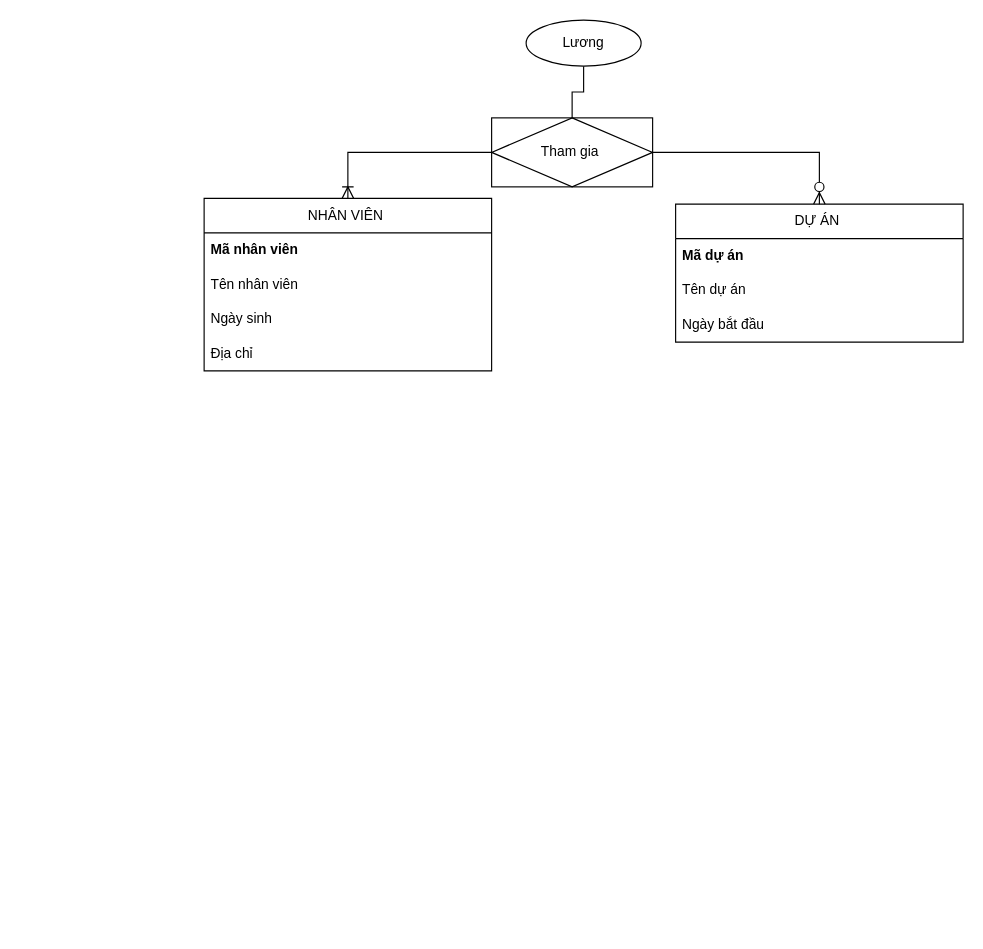
LONGDKZdev/Flowchart keeps this draw.io diagram as page "Bài 1" (1 of 4) of CSDL_IT5_ITB104_Võ_Huy_Long.drawio. Above is the earlier version. Source tidied: cells renumbered, new cells numbered last; positions are measured from the earlier drawing's top-left corner, leaving out a move shared by most shapes. Both pictures are drawn from the tidied source at 115%, with x=0, y=0 at pixel (204, 20).
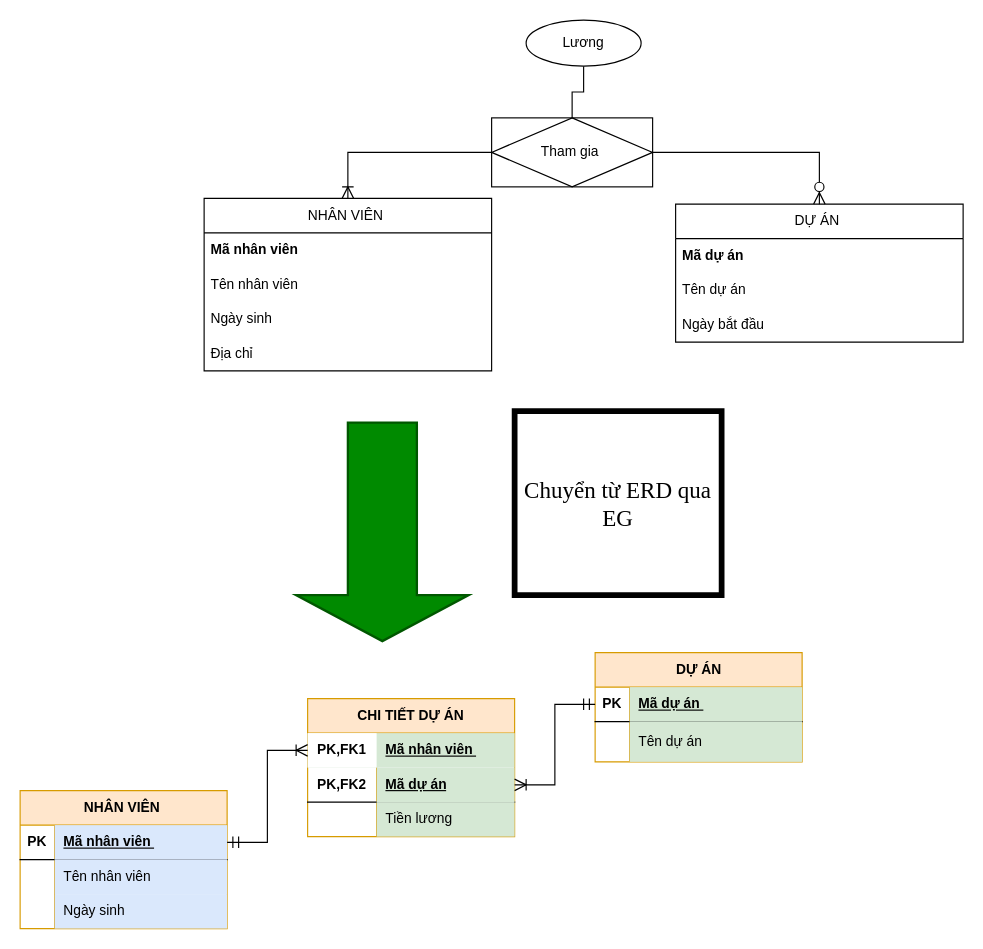
The same page after the edit.

Diff of the diagram source:
```diff
@@
+    <mxCell id="17" value="NHÂN VIÊN&amp;nbsp;" style="shape=table;startSize=30;childLayout=tableLayout;rowLines=0;fontStyle=1;align=center;html=1;fillColor=#ffe6cc;strokeColor=#d79b00;" parent="1" vertex="1">
+      <mxGeometry x="-160" y="670" width="180" height="120" as="geometry" />
+    </mxCell>
+    <mxCell id="18" style="shape=tableRow;horizontal=0;startSize=0;swimlaneHead=0;swimlaneBody=0;fillColor=none;points=[[0,0.5],[1,0.5]];portConstraint=eastwest;top=0;left=0;right=0;bottom=1;" parent="17" vertex="1">
+      <mxGeometry y="30" width="180" height="30" as="geometry" />
+    </mxCell>
+    <mxCell id="19" value="PK" style="shape=partialRectangle;fillColor=none;top=0;left=0;bottom=0;right=0;fontStyle=1;overflow=hidden;whiteSpace=wrap;html=1;" parent="18" vertex="1">
+      <mxGeometry width="30" height="30" as="geometry" />
+    </mxCell>
+    <mxCell id="20" value="Mã nhân viên&amp;nbsp;" style="shape=partialRectangle;fillColor=#dae8fc;top=0;left=0;bottom=0;right=0;align=left;spacingLeft=6;fontStyle=5;overflow=hidden;whiteSpace=wrap;html=1;strokeColor=#6c8ebf;" parent="18" vertex="1">
+      <mxGeometry x="30" width="150" height="30" as="geometry" />
+    </mxCell>
+    <mxCell id="21" style="shape=tableRow;horizontal=0;startSize=0;swimlaneHead=0;swimlaneBody=0;fillColor=none;top=0;left=0;right=0;bottom=0;" parent="17" vertex="1">
+      <mxGeometry y="60" width="180" height="30" as="geometry" />
+    </mxCell>
+    <mxCell id="22" style="shape=partialRectangle;fillColor=none;top=0;left=0;bottom=0;right=0;overflow=hidden;whiteSpace=wrap;html=1;" parent="21" vertex="1">
+      <mxGeometry width="30" height="30" as="geometry" />
+    </mxCell>
+    <mxCell id="23" value="Tên nhân viên&amp;nbsp;" style="shape=partialRectangle;fillColor=#dae8fc;top=0;left=0;bottom=0;right=0;align=left;spacingLeft=6;overflow=hidden;whiteSpace=wrap;html=1;strokeColor=#6c8ebf;" parent="21" vertex="1">
+      <mxGeometry x="30" width="150" height="30" as="geometry" />
+    </mxCell>
+    <mxCell id="24" style="shape=tableRow;horizontal=0;startSize=0;swimlaneHead=0;swimlaneBody=0;fillColor=none;top=0;left=0;right=0;bottom=0;" parent="17" vertex="1">
+      <mxGeometry y="90" width="180" height="30" as="geometry" />
+    </mxCell>
+    <mxCell id="25" style="shape=partialRectangle;fillColor=none;top=0;left=0;bottom=0;right=0;overflow=hidden;whiteSpace=wrap;html=1;" parent="24" vertex="1">
+      <mxGeometry width="30" height="30" as="geometry" />
+    </mxCell>
+    <mxCell id="26" value="Ngày sinh&amp;nbsp;" style="shape=partialRectangle;fillColor=#dae8fc;top=0;left=0;bottom=0;right=0;align=left;spacingLeft=6;overflow=hidden;whiteSpace=wrap;html=1;strokeColor=#6c8ebf;" parent="24" vertex="1">
+      <mxGeometry x="30" width="150" height="30" as="geometry" />
+    </mxCell>
+    <mxCell id="27" value="DỰ ÁN" style="shape=table;startSize=30;childLayout=tableLayout;rowLines=0;fontStyle=1;align=center;html=1;fillColor=#ffe6cc;strokeColor=#d79b00;" parent="1" vertex="1">
+      <mxGeometry x="340" y="550" width="180" height="95" as="geometry" />
+    </mxCell>
+    <mxCell id="28" style="shape=tableRow;horizontal=0;startSize=0;swimlaneHead=0;swimlaneBody=0;fillColor=none;points=[[0,0.5],[1,0.5]];portConstraint=eastwest;top=0;left=0;right=0;bottom=1;" parent="27" vertex="1">
+      <mxGeometry y="30" width="180" height="30" as="geometry" />
+    </mxCell>
+    <mxCell id="29" value="PK" style="shape=partialRectangle;fillColor=none;top=0;left=0;bottom=0;right=0;fontStyle=1;overflow=hidden;whiteSpace=wrap;html=1;" parent="28" vertex="1">
+      <mxGeometry width="30" height="30" as="geometry" />
+    </mxCell>
+    <mxCell id="30" value="Mã dự án&amp;nbsp;" style="shape=partialRectangle;fillColor=#d5e8d4;top=0;left=0;bottom=0;right=0;align=left;spacingLeft=6;fontStyle=5;overflow=hidden;whiteSpace=wrap;html=1;strokeColor=#82b366;" parent="28" vertex="1">
+      <mxGeometry x="30" width="150" height="30" as="geometry" />
+    </mxCell>
+    <mxCell id="31" style="shape=tableRow;horizontal=0;startSize=0;swimlaneHead=0;swimlaneBody=0;fillColor=none;top=0;left=0;right=0;bottom=0;" parent="27" vertex="1">
+      <mxGeometry y="60" width="180" height="35" as="geometry" />
+    </mxCell>
+    <mxCell id="32" style="shape=partialRectangle;fillColor=none;top=0;left=0;bottom=0;right=0;overflow=hidden;whiteSpace=wrap;html=1;" parent="31" vertex="1">
+      <mxGeometry width="30" height="35" as="geometry" />
+    </mxCell>
+    <mxCell id="33" value="Tên dự án&amp;nbsp;" style="shape=partialRectangle;fillColor=#d5e8d4;top=0;left=0;bottom=0;right=0;align=left;spacingLeft=6;overflow=hidden;whiteSpace=wrap;html=1;strokeColor=#82b366;" parent="31" vertex="1">
+      <mxGeometry x="30" width="150" height="35" as="geometry" />
+    </mxCell>
+    <mxCell id="34" value="CHI TIẾT DỰ ÁN" style="shape=table;startSize=30;childLayout=tableLayout;rowLines=0;fontStyle=1;align=center;html=1;whiteSpace=wrap;fillColor=#ffe6cc;strokeColor=#d79b00;" parent="1" vertex="1">
+      <mxGeometry x="90" y="590" width="180" height="120" as="geometry" />
+    </mxCell>
+    <mxCell id="35" style="shape=tableRow;horizontal=0;startSize=0;swimlaneHead=0;swimlaneBody=0;fillColor=#d5e8d4;points=[[0,0.5],[1,0.5]];portConstraint=eastwest;top=0;left=0;right=0;bottom=0;html=1;strokeColor=#82b366;" parent="34" vertex="1">
+      <mxGeometry y="30" width="180" height="30" as="geometry" />
+    </mxCell>
+    <mxCell id="36" value="PK,FK1" style="shape=partialRectangle;top=0;left=0;bottom=0;right=0;fontStyle=1;overflow=hidden;html=1;whiteSpace=wrap;" parent="35" vertex="1">
+      <mxGeometry width="60" height="30" as="geometry" />
+    </mxCell>
+    <mxCell id="37" value="Mã nhân viên&amp;nbsp;" style="shape=partialRectangle;fillColor=none;top=0;left=0;bottom=0;right=0;align=left;spacingLeft=6;fontStyle=5;overflow=hidden;html=1;whiteSpace=wrap;" parent="35" vertex="1">
+      <mxGeometry x="60" width="120" height="30" as="geometry" />
+    </mxCell>
+    <mxCell id="38" style="shape=tableRow;horizontal=0;startSize=0;swimlaneHead=0;swimlaneBody=0;fillColor=none;points=[[0,0.5],[1,0.5]];portConstraint=eastwest;top=0;left=0;right=0;bottom=1;html=1;" parent="34" vertex="1">
+      <mxGeometry y="60" width="180" height="30" as="geometry" />
+    </mxCell>
+    <mxCell id="39" value="PK,FK2" style="shape=partialRectangle;fillColor=none;top=0;left=0;bottom=0;right=0;fontStyle=1;overflow=hidden;html=1;whiteSpace=wrap;" parent="38" vertex="1">
+      <mxGeometry width="60" height="30" as="geometry" />
+    </mxCell>
+    <mxCell id="40" value="Mã dự án" style="shape=partialRectangle;fillColor=#d5e8d4;top=0;left=0;bottom=0;right=0;align=left;spacingLeft=6;fontStyle=5;overflow=hidden;html=1;whiteSpace=wrap;strokeColor=#82b366;" parent="38" vertex="1">
+      <mxGeometry x="60" width="120" height="30" as="geometry" />
+    </mxCell>
+    <mxCell id="41" style="shape=tableRow;horizontal=0;startSize=0;swimlaneHead=0;swimlaneBody=0;fillColor=none;top=0;left=0;right=0;bottom=0;html=1;" parent="34" vertex="1">
+      <mxGeometry y="90" width="180" height="30" as="geometry" />
+    </mxCell>
+    <mxCell id="42" style="shape=partialRectangle;fillColor=none;top=0;left=0;bottom=0;right=0;overflow=hidden;html=1;whiteSpace=wrap;" parent="41" vertex="1">
+      <mxGeometry width="60" height="30" as="geometry" />
+    </mxCell>
+    <mxCell id="43" value="Tiền lương" style="shape=partialRectangle;fillColor=#d5e8d4;top=0;left=0;bottom=0;right=0;align=left;spacingLeft=6;overflow=hidden;html=1;whiteSpace=wrap;strokeColor=#82b366;" parent="41" vertex="1">
+      <mxGeometry x="60" width="120" height="30" as="geometry" />
+    </mxCell>
+    <mxCell id="44" style="edgeStyle=orthogonalEdgeStyle;fontSize=12;html=1;endArrow=ERoneToMany;startArrow=ERmandOne;rounded=0;startSize=8;endSize=8;" parent="1" edge="1" source="18" target="35">
+      <mxGeometry relative="1" as="geometry" />
+    </mxCell>
+    <mxCell id="45" style="edgeStyle=orthogonalEdgeStyle;fontSize=12;html=1;endArrow=ERoneToMany;startArrow=ERmandOne;rounded=0;startSize=8;endSize=8;" parent="1" edge="1" source="28" target="38">
+      <mxGeometry relative="1" as="geometry" />
+    </mxCell>
+    <mxCell id="46" style="verticalLabelPosition=bottom;verticalAlign=top;html=1;strokeWidth=2;shape=mxgraph.arrows2.arrow;dy=0.6;dx=40;notch=0;rotation=90;fillColor=#008a00;fontColor=#ffffff;strokeColor=#005700;" parent="1" vertex="1">
+      <mxGeometry x="60" y="370" width="190" height="150" as="geometry" />
+    </mxCell>
+    <mxCell id="47" value="&lt;font face=&quot;Times New Roman&quot; style=&quot;font-size: 20px;&quot;&gt;Chuyển từ ERD qua EG&lt;/font&gt;" style="rounded=0;whiteSpace=wrap;html=1;strokeWidth=5;" parent="1" vertex="1">
+      <mxGeometry x="270" y="340" width="180" height="160" as="geometry" />
+    </mxCell>
```
